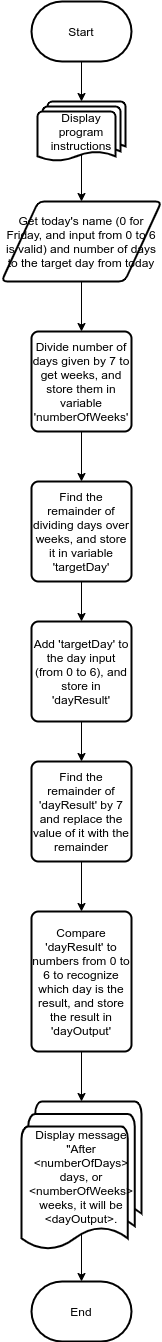
geckord/ex07ControlStructures keeps this draw.io diagram as diagram.png. Above is the earlier version. Source tidied: cells renumbered, new cells last; positions are measured from the earlier drawing's top-left corner, leaving out a move shared by most shapes.
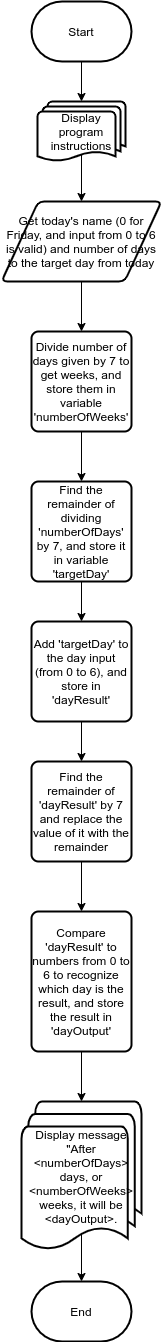
The same file after the commit.

Commit message:
Correct diagram

What changed in the source:
```diff
@@ -29,7 +29,7 @@
     <mxCell id="10" style="edgeStyle=orthogonalEdgeStyle;rounded=0;jettySize=auto;html=1;exitX=0.5;exitY=1;exitDx=0;exitDy=0;" parent="1" edge="1" source="11" target="13">
       <mxGeometry relative="1" as="geometry" />
     </mxCell>
-    <mxCell id="11" value="Find the remainder of dividing days over weeks, and store it in variable 'targetDay'" style="rounded=1;whiteSpace=wrap;html=1;absoluteArcSize=1;arcSize=14;strokeWidth=2;" parent="1" vertex="1">
+    <mxCell id="11" value="Find the remainder of dividing 'numberOfDays' by 7, and store it in variable 'targetDay'" style="rounded=1;whiteSpace=wrap;html=1;absoluteArcSize=1;arcSize=14;strokeWidth=2;" parent="1" vertex="1">
       <mxGeometry x="30" y="480" width="100" height="100" as="geometry" />
     </mxCell>
     <mxCell id="12" style="edgeStyle=orthogonalEdgeStyle;rounded=0;jettySize=auto;html=1;exitX=0.5;exitY=1;exitDx=0;exitDy=0;" parent="1" edge="1" source="13" target="19">
```
